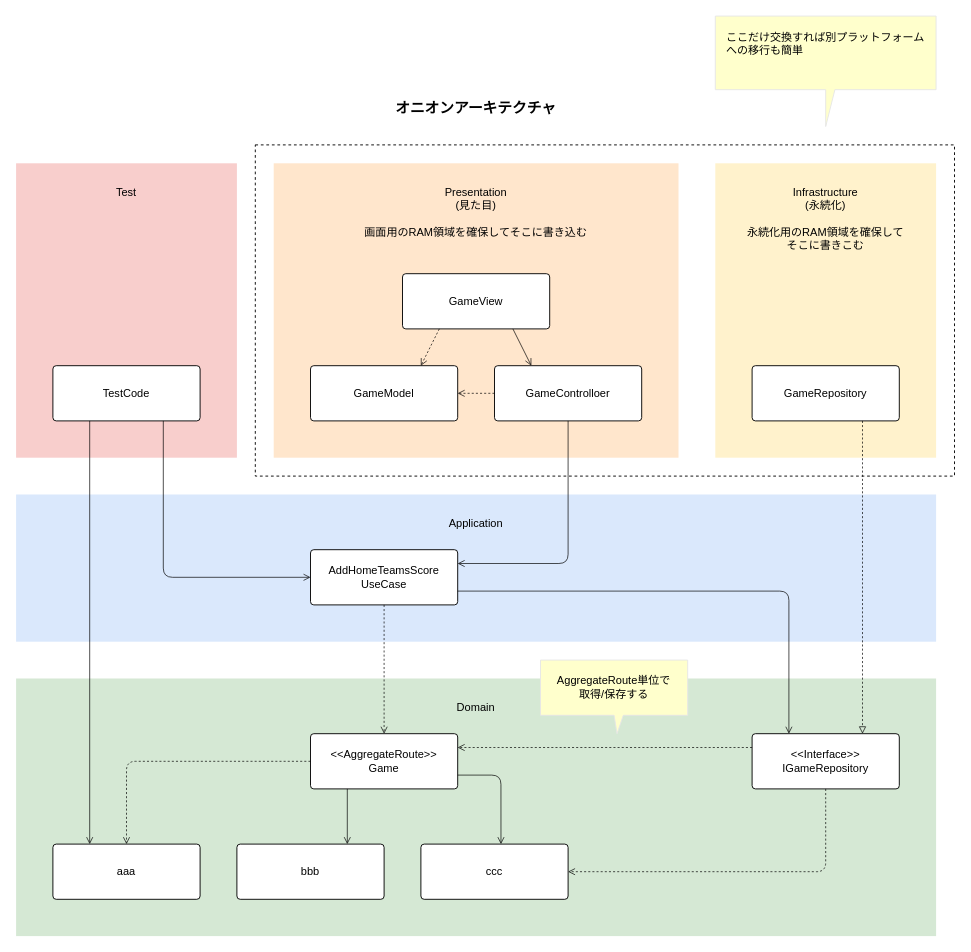
Above: page "アーキテクチャ" (4 of 4) of basketball-tokutenban-sudo-modeling.drawio in wako-p/basketball_tokutenban (draw.io), before the change. Source tidied: cells renumbered, new cells numbered last; positions are measured from the earlier drawing's top-left corner, leaving out a move shared by most shapes. Both pictures are drawn from the tidied source at 92%, with x=0, y=0 at pixel (16, 16).
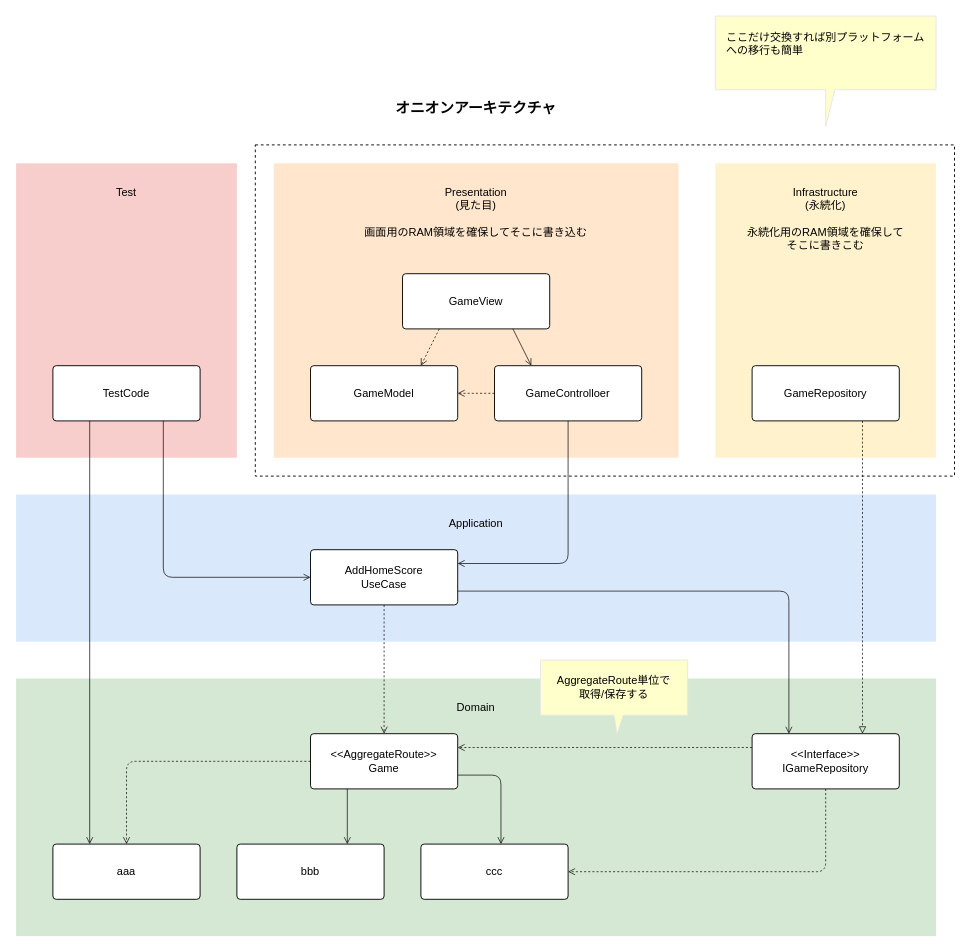
Above is the later version.

The edit, as a diff of the source:
```diff
@@
-    <mxCell id="5" value="AddHomeTeamsScore&lt;br&gt;UseCase" style="rounded=1;whiteSpace=wrap;html=1;arcSize=6;" parent="1" vertex="1">
+    <mxCell id="5" value="AddHomeScore&lt;br&gt;UseCase" style="rounded=1;whiteSpace=wrap;html=1;arcSize=6;" parent="1" vertex="1">
       <mxGeometry x="320" y="580" width="160" height="60" as="geometry" />
     </mxCell>
```
